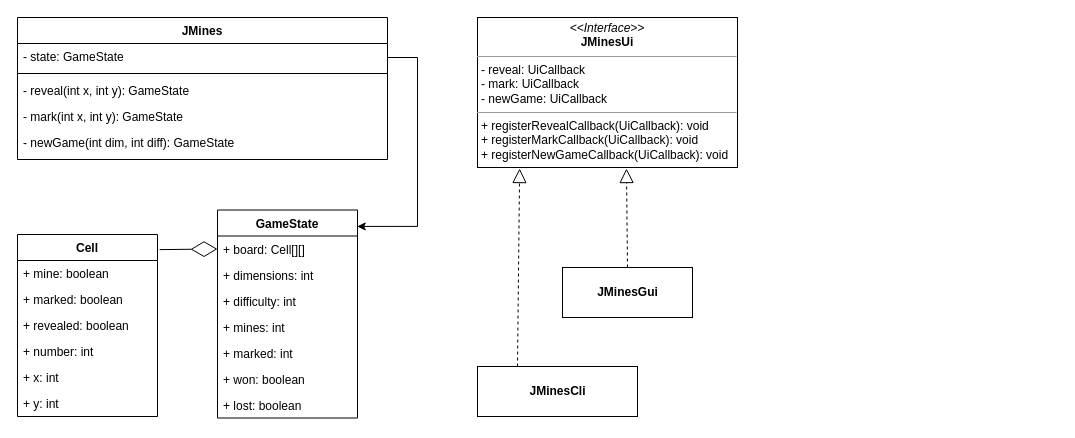
Before: extras/JMines-UML.drawio in bkis/JMines, a draw.io diagram. Source tidied: cells renumbered, new cells numbered last; positions are measured from the earlier drawing's top-left corner, leaving out a move shared by most shapes. Both pictures are drawn from the tidied source at 100%, with x=0, y=0 at pixel (17, 17).
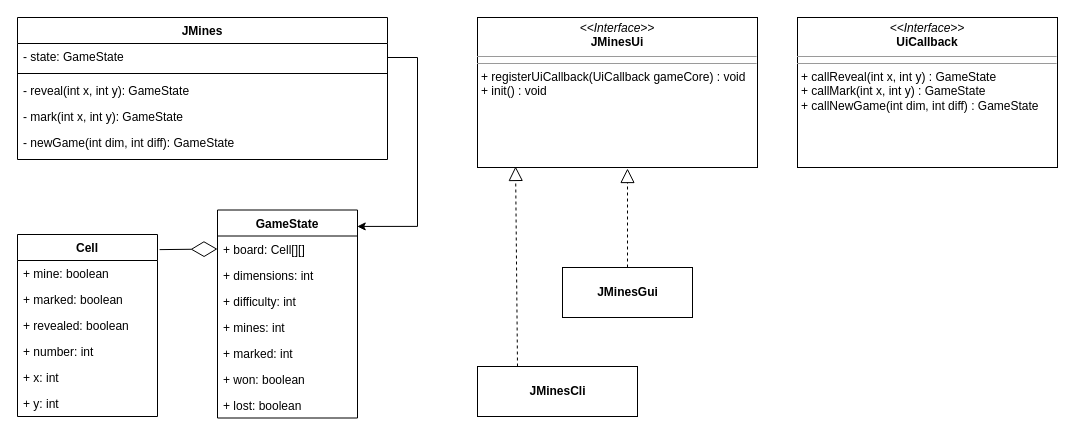
The same diagram, later.

Commit message (it also covers changes not shown here):
Update UML diagram

Unchanged cells that the change refers to:
```xml
<mxCell id="25" value="&lt;div&gt;JMinesCli&lt;/div&gt;" style="html=1;fontStyle=1;" parent="1" vertex="1">
  <mxGeometry x="460" y="349" width="160" height="50" as="geometry" />
</mxCell>
<mxCell id="26" value="&lt;div&gt;&lt;b&gt;JMinesGui&lt;/b&gt;&lt;/div&gt;" style="html=1;" parent="1" vertex="1">
  <mxGeometry x="545" y="250" width="130" height="50" as="geometry" />
</mxCell>
```

Change to the diagram source:
```diff
@@
-    <mxCell id="27" style="endArrow=block;dashed=1;endFill=0;endSize=12;html=1;entryX=0.162;entryY=1.007;entryDx=0;entryDy=0;entryPerimeter=0;exitX=0.25;exitY=0;exitDx=0;exitDy=0;" parent="1" edge="1" source="25" target="29">
+    <mxCell id="27" style="endArrow=block;dashed=1;endFill=0;endSize=12;html=1;entryX=0.136;entryY=0.993;entryDx=0;entryDy=0;entryPerimeter=0;exitX=0.25;exitY=0;exitDx=0;exitDy=0;" parent="1" edge="1" source="25" target="29">
       <mxGeometry relative="1" as="geometry" />
     </mxCell>
-    <mxCell id="28" style="endArrow=block;dashed=1;endFill=0;endSize=12;html=1;exitX=0.5;exitY=0;exitDx=0;exitDy=0;entryX=0.573;entryY=1.007;entryDx=0;entryDy=0;entryPerimeter=0;" parent="1" edge="1" source="26" target="29">
-      <mxGeometry relative="1" as="geometry" />
+    <mxCell id="28" style="endArrow=block;dashed=1;endFill=0;endSize=12;html=1;exitX=0.5;exitY=0;exitDx=0;exitDy=0;" parent="1" edge="1" source="26">
+      <mxGeometry relative="1" as="geometry">
+        <mxPoint x="610" y="151" as="targetPoint" />
+      </mxGeometry>
     </mxCell>
-    <mxCell id="29" value="&lt;p style=&quot;margin: 0px ; margin-top: 4px ; text-align: center&quot;&gt;&lt;i&gt;&amp;lt;&amp;lt;Interface&amp;gt;&amp;gt;&lt;/i&gt;&lt;br&gt;&lt;b&gt;JMinesUi&lt;/b&gt;&lt;/p&gt;&lt;hr size=&quot;1&quot;&gt;&lt;p style=&quot;margin: 0px ; margin-left: 4px&quot;&gt;- reveal: UiCallback&lt;br&gt;- mark: UiCallback&lt;/p&gt;&lt;p style=&quot;margin: 0px ; margin-left: 4px&quot;&gt;- newGame: UiCallback&lt;br&gt;&lt;/p&gt;&lt;hr size=&quot;1&quot;&gt;&lt;p style=&quot;margin: 0px ; margin-left: 4px&quot;&gt;+ registerRevealCallback(UiCallback): void&lt;br&gt;+ registerMarkCallback(UiCallback): void&lt;/p&gt;&lt;p style=&quot;margin: 0px ; margin-left: 4px&quot;&gt;+ registerNewGameCallback(UiCallback): void&lt;/p&gt;" style="verticalAlign=top;align=left;overflow=fill;fontSize=12;fontFamily=Helvetica;html=1;" parent="1" vertex="1">
-      <mxGeometry x="460" width="260" height="150" as="geometry" />
+    <mxCell id="29" value="&lt;p style=&quot;margin: 0px ; margin-top: 4px ; text-align: center&quot;&gt;&lt;i&gt;&amp;lt;&amp;lt;Interface&amp;gt;&amp;gt;&lt;/i&gt;&lt;br&gt;&lt;b&gt;JMinesUi&lt;/b&gt;&lt;/p&gt;&lt;hr size=&quot;1&quot;&gt;&lt;hr size=&quot;1&quot;&gt;&lt;p style=&quot;margin: 0px ; margin-left: 4px&quot;&gt;+ registerUiCallback(UiCallback gameCore) : void&lt;/p&gt;&lt;p style=&quot;margin: 0px ; margin-left: 4px&quot;&gt;+ init() : void&lt;br&gt;&lt;/p&gt;" style="verticalAlign=top;align=left;overflow=fill;fontSize=12;fontFamily=Helvetica;html=1;" parent="1" vertex="1">
+      <mxGeometry x="460" width="280" height="150" as="geometry" />
     </mxCell>
+    <mxCell id="30" value="&lt;p style=&quot;margin: 0px ; margin-top: 4px ; text-align: center&quot;&gt;&lt;i&gt;&amp;lt;&amp;lt;Interface&amp;gt;&amp;gt;&lt;/i&gt;&lt;br&gt;&lt;b&gt;UiCallback&lt;/b&gt;&lt;/p&gt;&lt;hr size=&quot;1&quot;&gt;&lt;hr size=&quot;1&quot;&gt;&lt;p style=&quot;margin: 0px ; margin-left: 4px&quot;&gt;+ callReveal(int x, int y) : GameState&lt;/p&gt;&lt;p style=&quot;margin: 0px ; margin-left: 4px&quot;&gt;+ callMark(int x, int y) : GameState&lt;/p&gt;&lt;p style=&quot;margin: 0px ; margin-left: 4px&quot;&gt;+ callNewGame(int dim, int diff) : GameState&lt;/p&gt;" style="verticalAlign=top;align=left;overflow=fill;fontSize=12;fontFamily=Helvetica;html=1;" parent="1" vertex="1">
+      <mxGeometry x="780" width="260" height="150" as="geometry" />
+    </mxCell>
```
